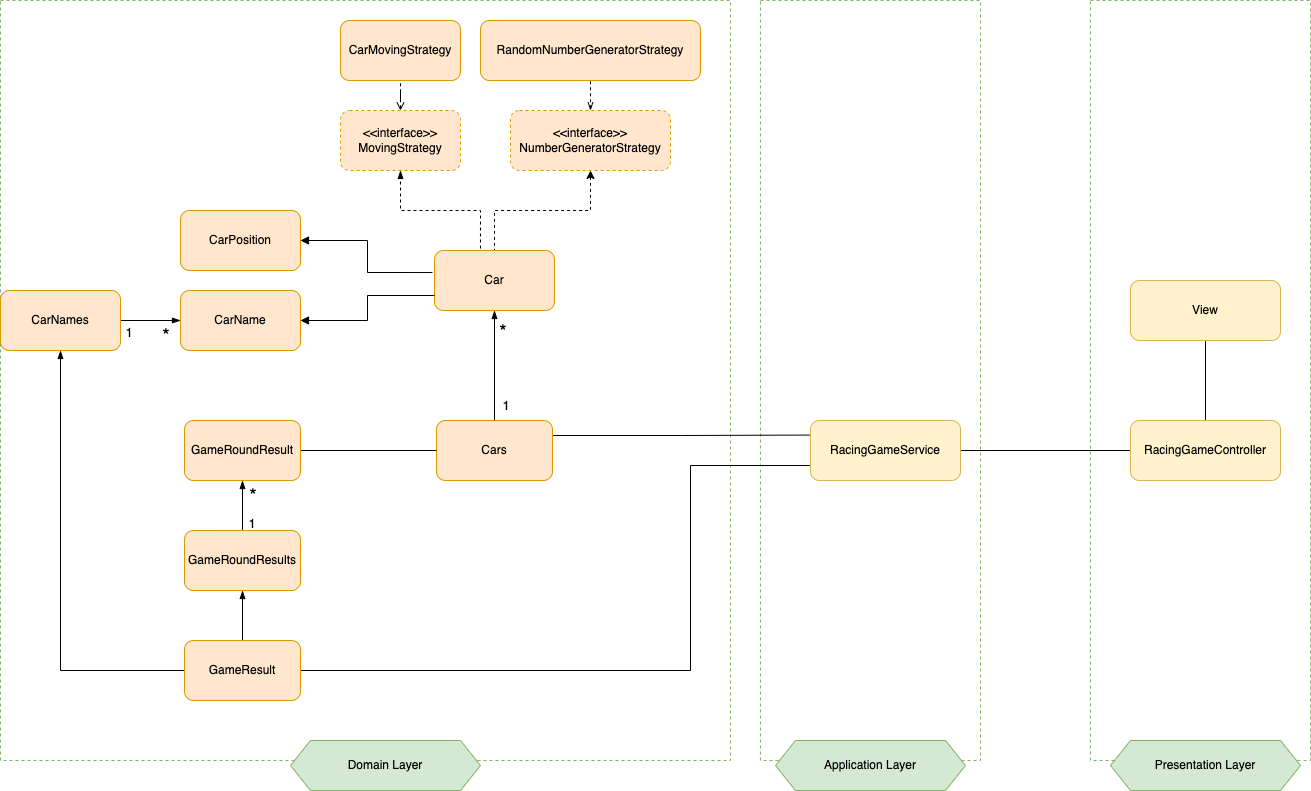
nahyunLee/java-racingcar-precourse keeps this draw.io diagram as docs/image/racingcar_final_structure.png. Above is the earlier version. Source tidied: cells renumbered, new cells last; positions are measured from the earlier drawing's top-left corner, leaving out a move shared by most shapes.
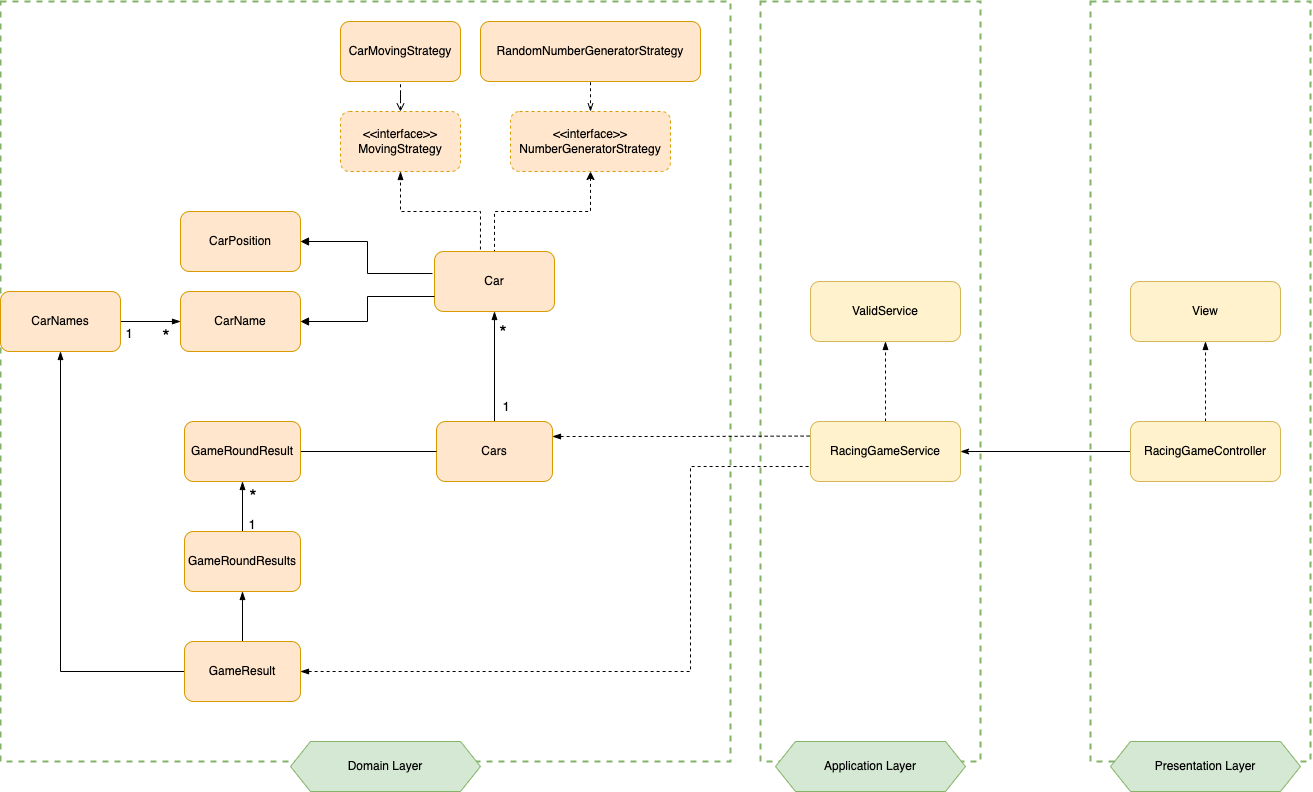
The same file after the commit.

Commit message:
[fix] 최종 설계도 수정

What changed in the source:
```diff
@@ -2,13 +2,13 @@
   <root>
     <mxCell id="0" />
     <mxCell id="1" parent="0" />
-    <mxCell id="2" style="rounded=0;whiteSpace=wrap;html=1;fillColor=none;dashed=1;strokeColor=#82b366;" parent="1" vertex="1">
+    <mxCell id="2" style="rounded=0;whiteSpace=wrap;html=1;fillColor=none;dashed=1;strokeColor=#82b366;strokeWidth=2;" parent="1" vertex="1">
       <mxGeometry x="1090" width="220" height="760" as="geometry" />
     </mxCell>
-    <mxCell id="3" style="rounded=0;whiteSpace=wrap;html=1;fillColor=none;dashed=1;strokeColor=#82b366;" parent="1" vertex="1">
+    <mxCell id="3" style="rounded=0;whiteSpace=wrap;html=1;fillColor=none;dashed=1;strokeColor=#82b366;strokeWidth=2;" parent="1" vertex="1">
       <mxGeometry x="760" width="220" height="760" as="geometry" />
     </mxCell>
-    <mxCell id="4" style="rounded=0;whiteSpace=wrap;html=1;fillColor=none;dashed=1;strokeColor=#82b366;" parent="1" vertex="1">
+    <mxCell id="4" style="rounded=0;whiteSpace=wrap;html=1;fillColor=none;dashed=1;strokeColor=#82b366;strokeWidth=2;" parent="1" vertex="1">
       <mxGeometry width="730" height="760" as="geometry" />
     </mxCell>
     <mxCell id="5" style="edgeStyle=orthogonalEdgeStyle;rounded=0;jettySize=auto;html=1;startArrow=open;startFill=0;endArrow=none;endFill=0;dashed=1;fillColor=#ffe6cc;strokeColor=#000000;" parent="1" edge="1" source="6" target="7">
@@ -55,7 +55,7 @@
     <mxCell id="18" style="edgeStyle=orthogonalEdgeStyle;rounded=0;jettySize=auto;html=1;exitX=0.5;exitY=0;exitDx=0;exitDy=0;entryX=0.5;entryY=1;entryDx=0;entryDy=0;startArrow=none;startFill=0;endArrow=blockThin;endFill=1;fillColor=#ffe6cc;strokeColor=#000000;" parent="1" edge="1" source="20" target="16">
       <mxGeometry relative="1" as="geometry" />
     </mxCell>
-    <mxCell id="19" style="edgeStyle=orthogonalEdgeStyle;rounded=0;jettySize=auto;html=1;exitX=1;exitY=0.25;exitDx=0;exitDy=0;entryX=0.067;entryY=0.242;entryDx=0;entryDy=0;entryPerimeter=0;startArrow=none;startFill=0;endArrow=none;endFill=0;" parent="1" edge="1" source="20" target="32">
+    <mxCell id="19" style="edgeStyle=orthogonalEdgeStyle;rounded=0;jettySize=auto;html=1;exitX=1;exitY=0.25;exitDx=0;exitDy=0;entryX=0.067;entryY=0.242;entryDx=0;entryDy=0;entryPerimeter=0;startArrow=blockThin;startFill=1;endArrow=none;endFill=0;dashed=1;" parent="1" edge="1" source="20" target="32">
       <mxGeometry relative="1" as="geometry" />
     </mxCell>
     <mxCell id="20" value="Cars" style="rounded=1;whiteSpace=wrap;html=1;fillColor=#ffe6cc;strokeColor=#d79b00;" parent="1" vertex="1">
@@ -79,7 +79,7 @@
     <mxCell id="26" style="edgeStyle=orthogonalEdgeStyle;rounded=0;jettySize=auto;html=1;exitX=0;exitY=0.5;exitDx=0;exitDy=0;entryX=0.5;entryY=1;entryDx=0;entryDy=0;startArrow=none;startFill=0;endArrow=blockThin;endFill=1;fillColor=#ffe6cc;strokeColor=#000000;" parent="1" edge="1" source="28" target="30">
       <mxGeometry relative="1" as="geometry" />
     </mxCell>
-    <mxCell id="27" style="edgeStyle=orthogonalEdgeStyle;rounded=0;jettySize=auto;html=1;exitX=1;exitY=0.5;exitDx=0;exitDy=0;entryX=0;entryY=0.75;entryDx=0;entryDy=0;startArrow=none;startFill=0;endArrow=none;endFill=0;" parent="1" edge="1" source="28" target="32">
+    <mxCell id="27" style="edgeStyle=orthogonalEdgeStyle;rounded=0;jettySize=auto;html=1;exitX=1;exitY=0.5;exitDx=0;exitDy=0;entryX=0;entryY=0.75;entryDx=0;entryDy=0;startArrow=blockThin;startFill=1;endArrow=none;endFill=0;dashed=1;" parent="1" edge="1" source="28" target="32">
       <mxGeometry relative="1" as="geometry">
         <Array as="points">
           <mxPoint x="690" y="670" />
@@ -96,13 +96,16 @@
     <mxCell id="30" value="CarNames" style="rounded=1;whiteSpace=wrap;html=1;fillColor=#ffe6cc;strokeColor=#d79b00;" parent="1" vertex="1">
       <mxGeometry y="290" width="120" height="60" as="geometry" />
     </mxCell>
-    <mxCell id="31" style="edgeStyle=orthogonalEdgeStyle;rounded=0;jettySize=auto;html=1;exitX=1;exitY=0.5;exitDx=0;exitDy=0;entryX=0;entryY=0.5;entryDx=0;entryDy=0;startArrow=none;startFill=0;endArrow=none;endFill=0;fillColor=#ffe6cc;strokeColor=#000000;" parent="1" edge="1" source="32" target="34">
+    <mxCell id="31" style="edgeStyle=orthogonalEdgeStyle;rounded=0;jettySize=auto;html=1;exitX=1;exitY=0.5;exitDx=0;exitDy=0;entryX=0;entryY=0.5;entryDx=0;entryDy=0;startArrow=classicThin;startFill=1;endArrow=none;endFill=0;fillColor=#ffe6cc;strokeColor=#000000;" parent="1" edge="1" source="32" target="34">
       <mxGeometry relative="1" as="geometry" />
     </mxCell>
+    <mxCell id="45" style="edgeStyle=orthogonalEdgeStyle;rounded=0;jettySize=auto;html=1;exitX=0.5;exitY=0;exitDx=0;exitDy=0;entryX=0.5;entryY=1;entryDx=0;entryDy=0;strokeColor=#000000;fontSize=14;startArrow=none;startFill=0;endArrow=blockThin;endFill=1;dashed=1;" parent="1" edge="1" source="32" target="46">
+      <mxGeometry relative="1" as="geometry" />
+    </mxCell>
     <mxCell id="32" value="RacingGameService" style="rounded=1;whiteSpace=wrap;html=1;fillColor=#fff2cc;strokeColor=#d6b656;" parent="1" vertex="1">
       <mxGeometry x="810" y="420" width="150" height="60" as="geometry" />
     </mxCell>
-    <mxCell id="33" style="edgeStyle=orthogonalEdgeStyle;rounded=0;jettySize=auto;html=1;exitX=0.5;exitY=0;exitDx=0;exitDy=0;entryX=0.5;entryY=1;entryDx=0;entryDy=0;startArrow=none;startFill=0;endArrow=none;endFill=0;fillColor=#fff2cc;strokeColor=#000000;" parent="1" edge="1" source="34" target="37">
+    <mxCell id="33" style="edgeStyle=orthogonalEdgeStyle;rounded=0;jettySize=auto;html=1;exitX=0.5;exitY=0;exitDx=0;exitDy=0;entryX=0.5;entryY=1;entryDx=0;entryDy=0;startArrow=none;startFill=0;endArrow=blockThin;endFill=1;fillColor=#fff2cc;strokeColor=#000000;dashed=1;" parent="1" edge="1" source="34" target="37">
       <mxGeometry relative="1" as="geometry" />
     </mxCell>
     <mxCell id="34" value="RacingGameController" style="rounded=1;whiteSpace=wrap;html=1;fillColor=#fff2cc;strokeColor=#d6b656;" parent="1" vertex="1">
@@ -138,5 +141,8 @@
     <mxCell id="44" value="&lt;font style=&quot;font-size: 13px;&quot;&gt;1&lt;/font&gt;" style="text;html=1;strokeColor=none;fillColor=none;align=center;verticalAlign=middle;whiteSpace=wrap;rounded=0;dashed=1;strokeWidth=7;" parent="1" vertex="1">
       <mxGeometry x="222" y="508" width="60" height="30" as="geometry" />
     </mxCell>
+    <mxCell id="46" value="ValidService" style="rounded=1;whiteSpace=wrap;html=1;fillColor=#fff2cc;strokeColor=#d6b656;" parent="1" vertex="1">
+      <mxGeometry x="810" y="280" width="150" height="60" as="geometry" />
+    </mxCell>
   </root>
 </mxGraphModel>
```
